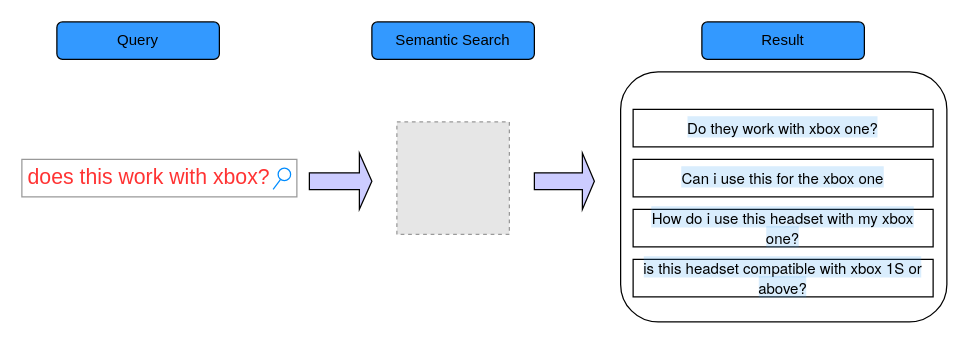
Above: semantic-search-flow.drawio in leejianwei/aws-diagram (draw.io), before the change. Source tidied: cells renumbered, new cells numbered last; positions are measured from the earlier drawing's top-left corner, leaving out a move shared by most shapes. Both pictures are drawn from the tidied source at 125%, with x=0, y=0 at pixel (21, 21). Pictures stored in the file or linked from it are replaced by grey dashed boxes.
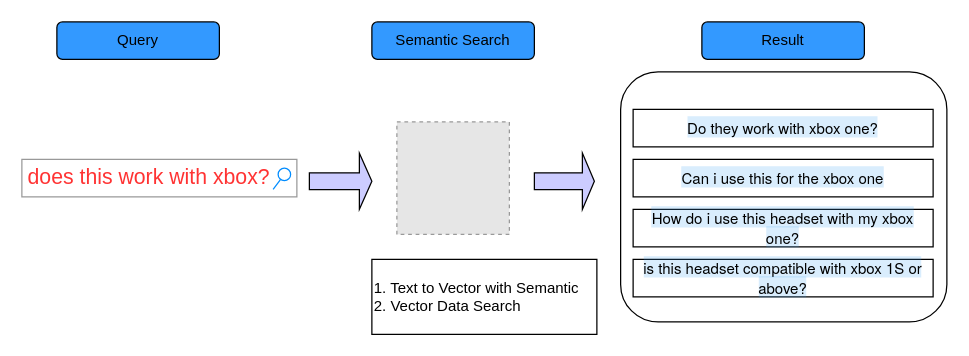
The same diagram, later.

The edit, as a diff of the source:
```diff
@@
 <mxGraphModel>
   <root>
     <mxCell id="0" />
     <mxCell id="1" parent="0" />
     <mxCell id="2" value="&lt;font color=&quot;#ff3333&quot;&gt;does this work with xbox?&lt;/font&gt;" style="strokeWidth=1;shadow=0;dashed=0;align=center;html=1;shape=mxgraph.mockup.forms.searchBox;strokeColor=#999999;mainText=;strokeColor2=#008cff;fontColor=#666666;fontSize=17;align=left;spacingLeft=3;" parent="1" vertex="1">
       <mxGeometry y="110" width="220" height="30" as="geometry" />
     </mxCell>
     <mxCell id="3" style="rounded=1;whiteSpace=wrap;html=1;" parent="1" vertex="1">
       <mxGeometry x="479" y="40" width="261" height="200" as="geometry" />
     </mxCell>
     <mxCell id="4" value="Result" style="rounded=1;whiteSpace=wrap;html=1;fillColor=#3399FF;" parent="1" vertex="1">
       <mxGeometry x="544" width="130" height="30" as="geometry" />
     </mxCell>
     <mxCell id="5" value="&lt;span style=&quot;font-family: &amp;quot;Helvetica Neue&amp;quot;, Helvetica, Arial, sans-serif; text-align: right; background-color: rgba(66, 165, 245, 0.2);&quot;&gt;Do they work with xbox one?&lt;/span&gt;" style="rounded=0;whiteSpace=wrap;html=1;" parent="1" vertex="1">
       <mxGeometry x="489" y="70" width="240" height="30" as="geometry" />
     </mxCell>
     <mxCell id="6" value="&lt;span style=&quot;font-family: &amp;quot;Helvetica Neue&amp;quot;, Helvetica, Arial, sans-serif; text-align: right; background-color: rgba(66, 165, 245, 0.2);&quot;&gt;Can i use this for the xbox one&lt;/span&gt;" style="rounded=0;whiteSpace=wrap;html=1;" parent="1" vertex="1">
       <mxGeometry x="489" y="110" width="240" height="30" as="geometry" />
     </mxCell>
     <mxCell id="7" value="&lt;span style=&quot;font-family: &amp;quot;Helvetica Neue&amp;quot;, Helvetica, Arial, sans-serif; text-align: right; background-color: rgba(66, 165, 245, 0.2);&quot;&gt;How do i use this headset with my xbox one?&lt;/span&gt;" style="rounded=0;whiteSpace=wrap;html=1;" parent="1" vertex="1">
       <mxGeometry x="489" y="150" width="240" height="30" as="geometry" />
     </mxCell>
     <mxCell id="8" value="&lt;span style=&quot;font-family: &amp;quot;Helvetica Neue&amp;quot;, Helvetica, Arial, sans-serif; text-align: right; background-color: rgba(66, 165, 245, 0.2);&quot;&gt;is this headset compatible with xbox 1S or above?&lt;/span&gt;" style="rounded=0;whiteSpace=wrap;html=1;" parent="1" vertex="1">
       <mxGeometry x="489" y="190" width="240" height="30" as="geometry" />
     </mxCell>
     <mxCell id="9" style="shape=singleArrow;whiteSpace=wrap;html=1;fillColor=#CCCCFF;" parent="1" vertex="1">
       <mxGeometry x="230" y="105" width="50" height="45" as="geometry" />
     </mxCell>
     <mxCell id="10" value="Query" style="rounded=1;whiteSpace=wrap;html=1;fillColor=#3399FF;" parent="1" vertex="1">
       <mxGeometry x="28" width="130" height="30" as="geometry" />
     </mxCell>
     <mxCell id="11" value="Semantic Search" style="rounded=1;whiteSpace=wrap;html=1;fillColor=#3399FF;" parent="1" vertex="1">
       <mxGeometry x="280" width="130" height="30" as="geometry" />
     </mxCell>
     <mxCell id="12" style="shape=singleArrow;whiteSpace=wrap;html=1;fillColor=#CCCCFF;" parent="1" vertex="1">
       <mxGeometry x="410" y="105" width="48" height="45" as="geometry" />
     </mxCell>
     <mxCell id="13" style="fillColor=#E6E6E6;strokeColor=#999999;dashed=1;verticalLabelPosition=bottom;labelBackgroundColor=default;verticalAlign=top;" parent="1" vertex="1">
       <mxGeometry x="300" y="80" width="90" height="90" as="geometry" />
     </mxCell>
+    <mxCell id="14" value="&lt;font color=&quot;#000000&quot;&gt;1. Text to Vector with Semantic&amp;nbsp;&lt;br&gt;2. Vector Data Search&lt;/font&gt;" style="rounded=0;whiteSpace=wrap;html=1;fontColor=#FF0000;align=left;" parent="1" vertex="1">
+      <mxGeometry x="280" y="190" width="180" height="60" as="geometry" />
+    </mxCell>
   </root>
 </mxGraphModel>
```
